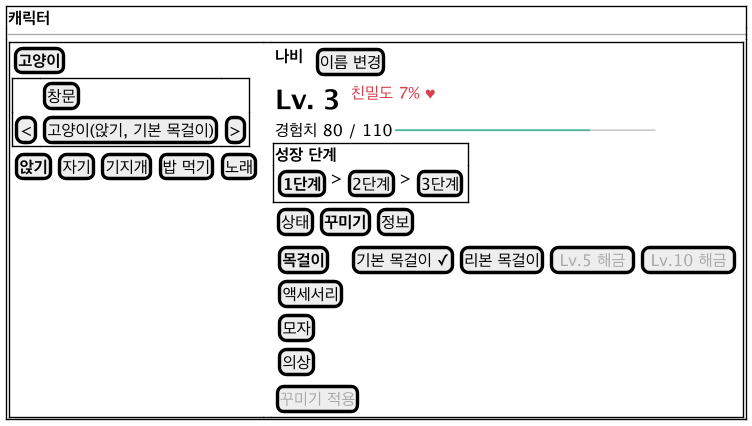
This is docs/diagrams/ui-character.png from 2026-2-software-system-design-11/planning-pet-app, a PlantUML export, as it was before one commit.
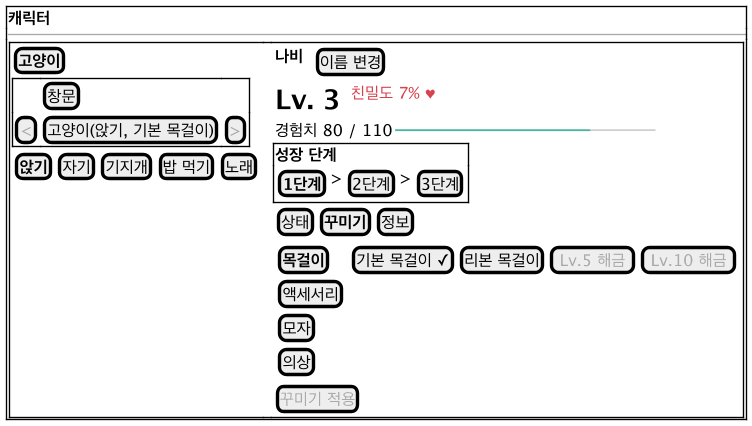
The same file after the commit.

The edit, as a diff of the source:
```diff
@@ -9,7 +9,7 @@
         [<b>고양이</b>]
         {+
           . | [창문] | .
-          [<] | [고양이(앉기, 기본 목걸이)] | [>]
+          [<color:#AAAAAA><</color>] | [고양이(앉기, 기본 목걸이)] | [<color:#AAAAAA>></color>]
         }
         { [<b>앉기</b>] | [자기] | [기지개] | [밥 먹기] | [노래] }
       } | . | {
```
